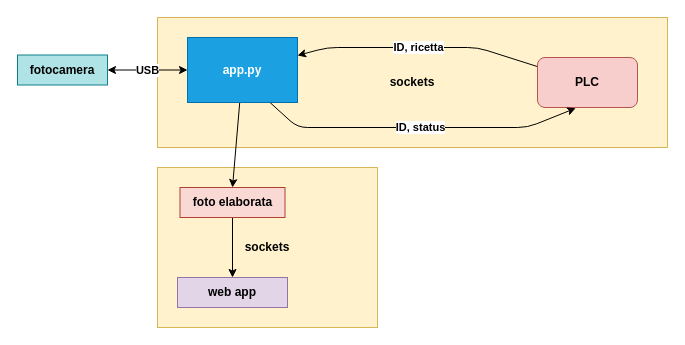
This is docs/diagrammi di flusso/software_architecture/sistema_1.drawio from erma0x/DefectRecognitorAdvanced, a draw.io file, before an edit. Source tidied: cells renumbered, new cells numbered last; positions are measured from the earlier drawing's top-left corner, leaving out a move shared by most shapes. Both pictures are drawn from the tidied source at 100%, with x=0, y=0 at pixel (17, 17).
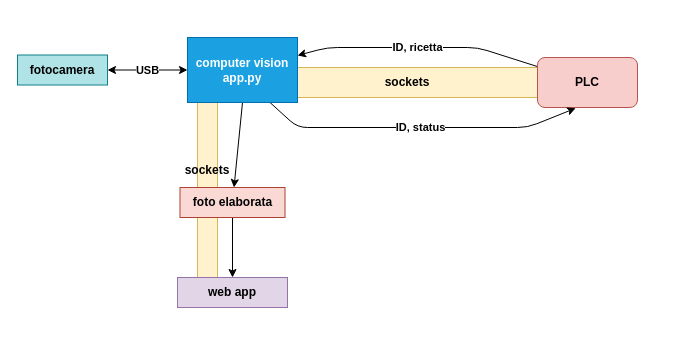
The same diagram, later.

What changed in the source:
```diff
@@
 <mxGraphModel>
   <root>
     <mxCell id="0" />
     <mxCell id="1" parent="0" />
     <mxCell id="2" value="&lt;b&gt;sockets&lt;/b&gt;" style="rounded=0;whiteSpace=wrap;html=1;fillColor=#fff2cc;strokeColor=#d6b656;" parent="1" vertex="1">
-      <mxGeometry x="140" y="150" width="220" height="160" as="geometry" />
+      <mxGeometry x="180" y="45" width="20" height="215" as="geometry" />
     </mxCell>
     <mxCell id="3" value="&lt;b&gt;sockets&lt;/b&gt;" style="rounded=0;whiteSpace=wrap;html=1;fillColor=#fff2cc;strokeColor=#d6b656;" parent="1" vertex="1">
-      <mxGeometry x="140" width="510" height="130" as="geometry" />
+      <mxGeometry x="220" y="50" width="340" height="30" as="geometry" />
     </mxCell>
     <mxCell id="4" value="ID, ricetta" style="edgeStyle=none;html=1;fontStyle=1;" parent="1" edge="1" source="5" target="8">
-      <mxGeometry relative="1" as="geometry">
+      <mxGeometry x="0.01" relative="1" as="geometry">
         <Array as="points">
           <mxPoint x="460" y="30" />
           <mxPoint x="310" y="30" />
         </Array>
       </mxGeometry>
     </mxCell>
     <mxCell id="5" value="&lt;b&gt;PLC&lt;/b&gt;" style="rounded=1;whiteSpace=wrap;html=1;fillColor=#f8cecc;strokeColor=#b85450;" parent="1" vertex="1">
       <mxGeometry x="520" y="40" width="100" height="50" as="geometry" />
     </mxCell>
+    <mxCell id="7" value="&lt;b&gt;ID, status&lt;/b&gt;" style="edgeStyle=none;html=1;exitX=0.75;exitY=1;exitDx=0;exitDy=0;entryX=0.382;entryY=1.014;entryDx=0;entryDy=0;entryPerimeter=0;" parent="1" edge="1" source="8" target="5">
+      <mxGeometry relative="1" as="geometry">
+        <Array as="points">
+          <mxPoint x="280" y="110" />
+          <mxPoint x="510" y="110" />
+        </Array>
+      </mxGeometry>
+    </mxCell>
-    <mxCell id="6" style="edgeStyle=none;html=1;entryX=0.5;entryY=0;entryDx=0;entryDy=0;" parent="1" edge="1" source="8" target="12">
+    <mxCell id="6" style="edgeStyle=none;html=1;exitX=0.5;exitY=1;exitDx=0;exitDy=0;" parent="1" edge="1" source="8" target="12">
       <mxGeometry relative="1" as="geometry" />
     </mxCell>
-    <mxCell id="7" value="&lt;b&gt;ID, status&lt;/b&gt;" style="edgeStyle=none;html=1;exitX=0.75;exitY=1;exitDx=0;exitDy=0;entryX=0.382;entryY=1.014;entryDx=0;entryDy=0;entryPerimeter=0;" parent="1" edge="1" source="8" target="5">
-      <mxGeometry relative="1" as="geometry">
-        <Array as="points">
-          <mxPoint x="280" y="110" />
-          <mxPoint x="510" y="110" />
-        </Array>
-      </mxGeometry>
-    </mxCell>
-    <mxCell id="8" value="app.py" style="rounded=0;whiteSpace=wrap;html=1;fillColor=#1ba1e2;strokeColor=#006EAF;fontColor=#ffffff;fontStyle=1;" parent="1" vertex="1">
+    <mxCell id="8" value="computer vision app.py" style="rounded=0;whiteSpace=wrap;html=1;fillColor=#1ba1e2;strokeColor=#006EAF;fontColor=#ffffff;fontStyle=1;" parent="1" vertex="1">
       <mxGeometry x="170" y="20" width="110" height="65" as="geometry" />
     </mxCell>
     <mxCell id="9" value="fotocamera" style="rounded=0;whiteSpace=wrap;html=1;fillColor=#b0e3e6;strokeColor=#0e8088;fontStyle=1;" parent="1" vertex="1">
       <mxGeometry y="37.5" width="90" height="30" as="geometry" />
     </mxCell>
     <mxCell id="10" value="&lt;b&gt;USB&lt;/b&gt;" style="endArrow=classic;startArrow=classic;html=1;exitX=1;exitY=0.5;exitDx=0;exitDy=0;entryX=0;entryY=0.5;entryDx=0;entryDy=0;" parent="1" edge="1" source="9" target="8">
       <mxGeometry relative="1" as="geometry" />
     </mxCell>
-    <mxCell id="11" style="edgeStyle=none;html=1;exitX=0.5;exitY=1;exitDx=0;exitDy=0;entryX=0.5;entryY=0;entryDx=0;entryDy=0;" parent="1" edge="1" source="12" target="13">
+    <mxCell id="11" style="edgeStyle=none;html=1;exitX=0.5;exitY=1;exitDx=0;exitDy=0;" parent="1" edge="1" source="12" target="13">
       <mxGeometry relative="1" as="geometry" />
     </mxCell>
     <mxCell id="12" value="foto elaborata" style="rounded=0;whiteSpace=wrap;html=1;fillColor=#fad9d5;strokeColor=#ae4132;fontStyle=1;" parent="1" vertex="1">
       <mxGeometry x="162.5" y="170" width="105" height="30" as="geometry" />
     </mxCell>
     <mxCell id="13" value="web app" style="rounded=0;whiteSpace=wrap;html=1;fillColor=#e1d5e7;strokeColor=#9673a6;fontStyle=1;" parent="1" vertex="1">
       <mxGeometry x="160" y="260" width="110" height="30" as="geometry" />
     </mxCell>
   </root>
 </mxGraphModel>
```
